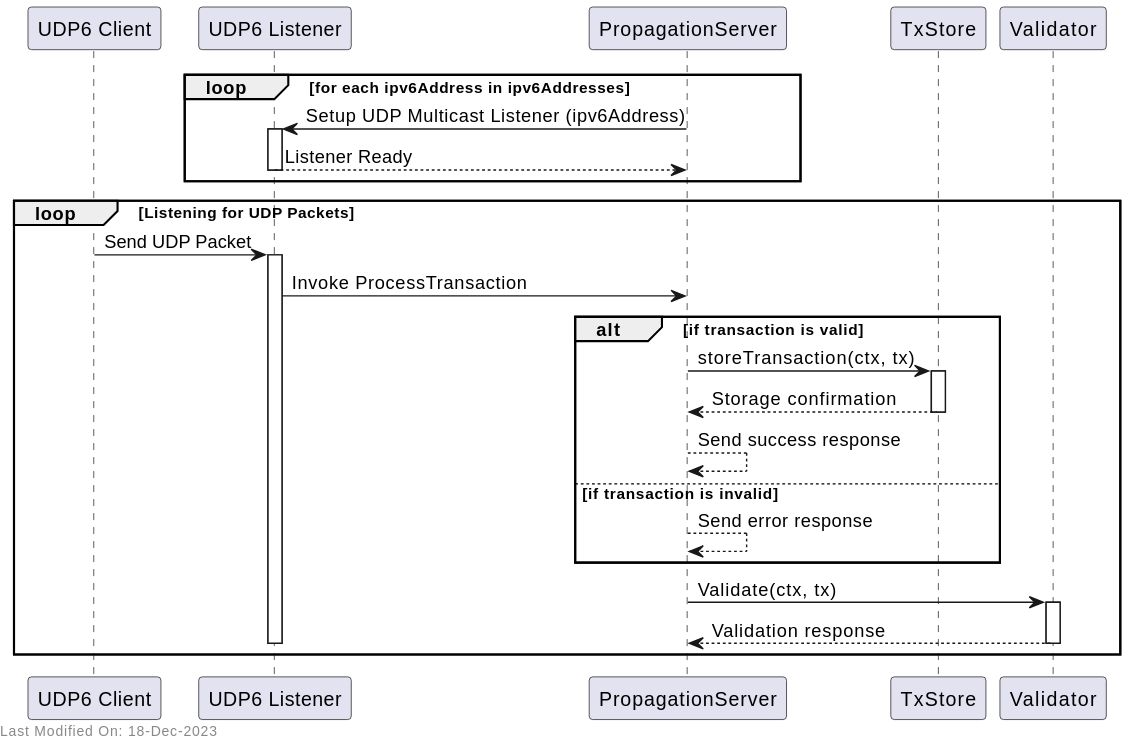
Earlier version of the PlantUML export docs/services/img/plantuml/propagation/propagation_udp_ipv6.svg (freemans13/teranode). Its source is kept beside it as docs/services/img/plantuml/propagation/propagation_udp_ipv6.puml.
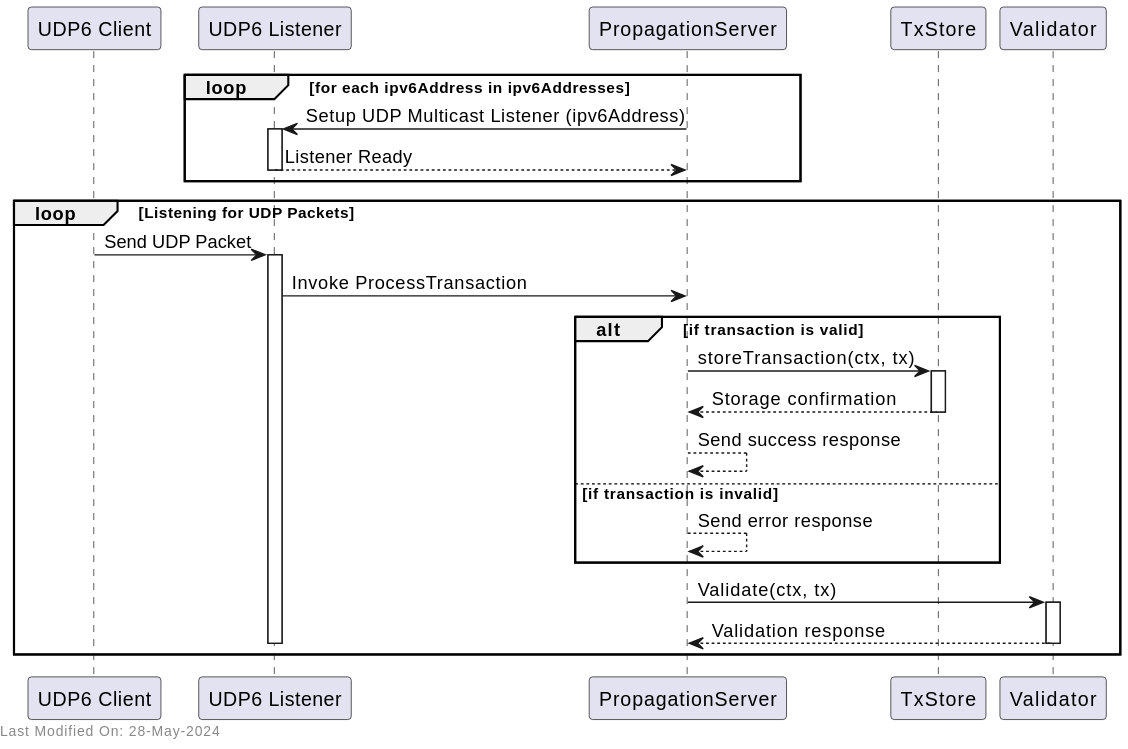
After the change.

Diff of the diagram source:
```diff
@@ -36,6 +36,6 @@
     deactivate UDPListener
 end
 
-left footer Last Modified On: 18-Dec-2023
+left footer Last Modified On: 28-May-2024
 
 @enduml
```
